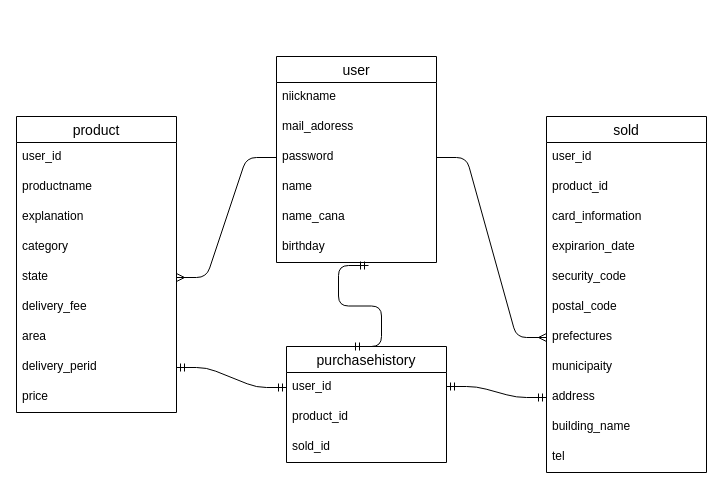
Earlier version of the draw.io diagram ER.dio (reeeito/furima-30327). Source tidied: cells renumbered, new cells numbered last; positions are measured from the earlier drawing's top-left corner, leaving out a move shared by most shapes. Both pictures are drawn from the tidied source at 100%, with x=0, y=0 at pixel (16, 56).
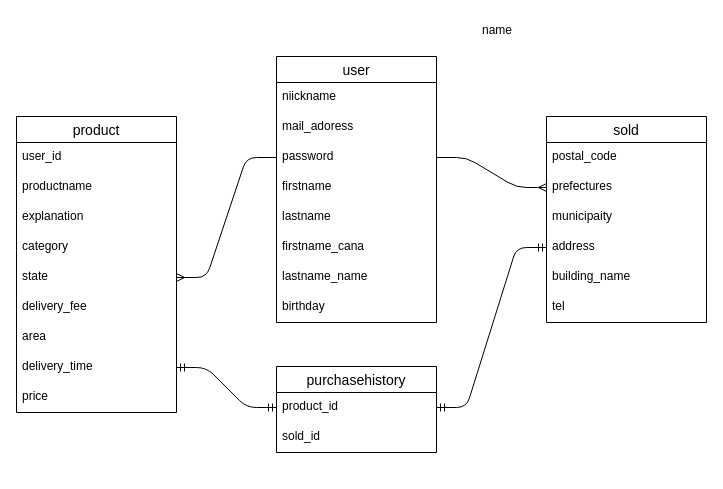
After the change.

Unchanged cells that the change refers to:
```xml
<mxCell id="9" value="product" style="swimlane;fontStyle=0;horizontal=1;startSize=26;align=center;fontSize=14;strokeWidth=1;labelBorderColor=none;" parent="1" vertex="1">
  <mxGeometry y="60" width="160" height="296" as="geometry" />
</mxCell>
```

Change to the diagram source:
```diff
@@
     <mxCell id="2" value="user" style="swimlane;fontStyle=0;horizontal=1;startSize=26;align=center;fontSize=14;strokeWidth=1;labelBorderColor=none;" parent="1" vertex="1">
-      <mxGeometry x="260" width="160" height="206" as="geometry" />
+      <mxGeometry x="260" width="160" height="266" as="geometry" />
     </mxCell>
@@
-    <mxCell id="6" value="name" style="text;strokeColor=none;fillColor=none;spacingLeft=4;spacingRight=4;overflow=hidden;fontSize=12;startSize=26;html=0;" parent="2" vertex="1">
+    <mxCell id="6" value="firstname" style="text;strokeColor=none;fillColor=none;spacingLeft=4;spacingRight=4;overflow=hidden;fontSize=12;startSize=26;html=0;" parent="2" vertex="1">
       <mxGeometry y="116" width="160" height="30" as="geometry" />
     </mxCell>
+    <mxCell id="40" value="lastname" style="text;strokeColor=none;fillColor=none;spacingLeft=4;spacingRight=4;overflow=hidden;fontSize=12;startSize=26;html=0;" parent="2" vertex="1">
+      <mxGeometry y="146" width="160" height="30" as="geometry" />
+    </mxCell>
-    <mxCell id="7" value="name_cana" style="text;strokeColor=none;fillColor=none;spacingLeft=4;spacingRight=4;overflow=hidden;fontSize=12;startSize=26;html=0;" parent="2" vertex="1">
-      <mxGeometry y="146" width="160" height="30" as="geometry" />
+    <mxCell id="7" value="firstname_cana" style="text;strokeColor=none;fillColor=none;spacingLeft=4;spacingRight=4;overflow=hidden;fontSize=12;startSize=26;html=0;" parent="2" vertex="1">
+      <mxGeometry y="176" width="160" height="30" as="geometry" />
     </mxCell>
+    <mxCell id="41" value="lastname_name" style="text;strokeColor=none;fillColor=none;spacingLeft=4;spacingRight=4;overflow=hidden;fontSize=12;startSize=26;html=0;" parent="2" vertex="1">
+      <mxGeometry y="206" width="160" height="30" as="geometry" />
+    </mxCell>
     <mxCell id="8" value="birthday" style="text;strokeColor=none;fillColor=none;spacingLeft=4;spacingRight=4;overflow=hidden;points=[[0,0.5],[1,0.5]];portConstraint=eastwest;fontSize=12;startSize=26;html=0;" parent="2" vertex="1">
-      <mxGeometry y="176" width="160" height="30" as="geometry" />
+      <mxGeometry y="236" width="160" height="30" as="geometry" />
     </mxCell>
@@
-    <mxCell id="17" value="delivery_perid" style="text;strokeColor=none;fillColor=none;spacingLeft=4;spacingRight=4;overflow=hidden;points=[[0,0.5],[1,0.5]];portConstraint=eastwest;fontSize=12;startSize=26;html=0;" parent="9" vertex="1">
+    <mxCell id="17" value="delivery_time" style="text;strokeColor=none;fillColor=none;spacingLeft=4;spacingRight=4;overflow=hidden;points=[[0,0.5],[1,0.5]];portConstraint=eastwest;fontSize=12;startSize=26;html=0;" parent="9" vertex="1">
       <mxGeometry y="236" width="160" height="30" as="geometry" />
     </mxCell>
@@
     <mxCell id="19" value="sold" style="swimlane;fontStyle=0;horizontal=1;startSize=26;align=center;fontSize=14;strokeWidth=1;labelBorderColor=none;" parent="1" vertex="1">
-      <mxGeometry x="530" y="60" width="160" height="356" as="geometry" />
+      <mxGeometry x="530" y="60" width="160" height="206" as="geometry" />
     </mxCell>
-    <mxCell id="20" value="user_id" style="text;strokeColor=none;fillColor=none;spacingLeft=4;spacingRight=4;overflow=hidden;fontSize=12;startSize=26;html=0;" parent="19" vertex="1">
-      <mxGeometry y="26" width="160" height="30" as="geometry" />
-    </mxCell>
-    <mxCell id="21" value="product_id" style="text;strokeColor=none;fillColor=none;spacingLeft=4;spacingRight=4;overflow=hidden;fontSize=12;startSize=26;html=0;" parent="19" vertex="1">
-      <mxGeometry y="56" width="160" height="30" as="geometry" />
-    </mxCell>
-    <mxCell id="22" value="card_information" style="text;strokeColor=none;fillColor=none;spacingLeft=4;spacingRight=4;overflow=hidden;fontSize=12;" parent="19" vertex="1">
-      <mxGeometry y="86" width="160" height="30" as="geometry" />
-    </mxCell>
-    <mxCell id="23" value="expirarion_date" style="text;strokeColor=none;fillColor=none;spacingLeft=4;spacingRight=4;overflow=hidden;fontSize=12;" parent="19" vertex="1">
-      <mxGeometry y="116" width="160" height="30" as="geometry" />
-    </mxCell>
-    <mxCell id="24" value="security_code" style="text;strokeColor=none;fillColor=none;spacingLeft=4;spacingRight=4;overflow=hidden;fontSize=12;startSize=26;html=0;" parent="19" vertex="1">
-      <mxGeometry y="146" width="160" height="30" as="geometry" />
-    </mxCell>
     <mxCell id="25" value="postal_code" style="text;strokeColor=none;fillColor=none;spacingLeft=4;spacingRight=4;overflow=hidden;fontSize=12;startSize=26;html=0;" parent="19" vertex="1">
-      <mxGeometry y="176" width="160" height="30" as="geometry" />
+      <mxGeometry y="26" width="160" height="30" as="geometry" />
     </mxCell>
     <mxCell id="26" value="prefectures" style="text;strokeColor=none;fillColor=none;spacingLeft=4;spacingRight=4;overflow=hidden;points=[[0,0.5],[1,0.5]];portConstraint=eastwest;fontSize=12;startSize=26;html=0;" parent="19" vertex="1">
-      <mxGeometry y="206" width="160" height="30" as="geometry" />
+      <mxGeometry y="56" width="160" height="30" as="geometry" />
     </mxCell>
     <mxCell id="27" value="municipaity" style="text;strokeColor=none;fillColor=none;spacingLeft=4;spacingRight=4;overflow=hidden;fontSize=12;startSize=26;html=0;" parent="19" vertex="1">
-      <mxGeometry y="236" width="160" height="30" as="geometry" />
+      <mxGeometry y="86" width="160" height="30" as="geometry" />
     </mxCell>
     <mxCell id="28" value="address" style="text;strokeColor=none;fillColor=none;spacingLeft=4;spacingRight=4;overflow=hidden;points=[[0,0.5],[1,0.5]];portConstraint=eastwest;fontSize=12;startSize=26;html=0;" parent="19" vertex="1">
-      <mxGeometry y="266" width="160" height="30" as="geometry" />
+      <mxGeometry y="116" width="160" height="30" as="geometry" />
     </mxCell>
     <mxCell id="29" value="building_name" style="text;strokeColor=none;fillColor=none;spacingLeft=4;spacingRight=4;overflow=hidden;fontSize=12;startSize=26;html=0;" parent="19" vertex="1">
-      <mxGeometry y="296" width="160" height="30" as="geometry" />
+      <mxGeometry y="146" width="160" height="30" as="geometry" />
     </mxCell>
     <mxCell id="30" value="tel" style="text;strokeColor=none;fillColor=none;spacingLeft=4;spacingRight=4;overflow=hidden;fontSize=12;startSize=26;html=0;" parent="19" vertex="1">
-      <mxGeometry y="326" width="160" height="30" as="geometry" />
+      <mxGeometry y="176" width="160" height="30" as="geometry" />
     </mxCell>
@@
-    <mxCell id="33" style="edgeStyle=entityRelationEdgeStyle;fontSize=12;html=1;endArrow=ERmandOne;startArrow=ERmandOne;labelBackgroundColor=none;exitX=1;exitY=0.5;exitDx=0;exitDy=0;entryX=0;entryY=0.5;entryDx=0;entryDy=0;" parent="1" edge="1" source="17" target="36">
+    <mxCell id="33" style="edgeStyle=entityRelationEdgeStyle;fontSize=12;html=1;endArrow=ERmandOne;startArrow=ERmandOne;labelBackgroundColor=none;exitX=1;exitY=0.5;exitDx=0;exitDy=0;entryX=0;entryY=0.5;entryDx=0;entryDy=0;" parent="1" edge="1" source="17" target="37">
       <mxGeometry relative="1" as="geometry" />
     </mxCell>
     <mxCell id="34" value="purchasehistory" style="swimlane;fontStyle=0;horizontal=1;startSize=26;align=center;fontSize=14;strokeWidth=1;labelBorderColor=none;" parent="1" vertex="1">
-      <mxGeometry x="270" y="290" width="160" height="116" as="geometry" />
+      <mxGeometry x="260" y="310" width="160" height="86" as="geometry" />
     </mxCell>
-    <mxCell id="35" style="edgeStyle=entityRelationEdgeStyle;fontSize=12;html=1;endArrow=ERmandOne;startArrow=ERmandOne;labelBackgroundColor=none;exitX=1;exitY=0.5;exitDx=0;exitDy=0;entryX=0.575;entryY=1.1;entryDx=0;entryDy=0;entryPerimeter=0;" parent="34" edge="1" target="8">
-      <mxGeometry relative="1" as="geometry">
-        <mxPoint x="65" as="sourcePoint" />
-      </mxGeometry>
-    </mxCell>
-    <mxCell id="36" value="user_id" style="text;strokeColor=none;fillColor=none;spacingLeft=4;spacingRight=4;overflow=hidden;points=[[0,0.5],[1,0.5]];portConstraint=eastwest;fontSize=12;startSize=26;html=0;" parent="34" vertex="1">
-      <mxGeometry y="26" width="160" height="30" as="geometry" />
-    </mxCell>
     <mxCell id="37" value="product_id" style="text;strokeColor=none;fillColor=none;spacingLeft=4;spacingRight=4;overflow=hidden;points=[[0,0.5],[1,0.5]];portConstraint=eastwest;fontSize=12;startSize=26;html=0;" parent="34" vertex="1">
-      <mxGeometry y="56" width="160" height="30" as="geometry" />
+      <mxGeometry y="26" width="160" height="30" as="geometry" />
     </mxCell>
     <mxCell id="38" value="sold_id" style="text;strokeColor=none;fillColor=none;spacingLeft=4;spacingRight=4;overflow=hidden;fontSize=12;" parent="34" vertex="1">
-      <mxGeometry y="86" width="160" height="30" as="geometry" />
+      <mxGeometry y="56" width="160" height="30" as="geometry" />
     </mxCell>
-    <mxCell id="39" style="edgeStyle=entityRelationEdgeStyle;fontSize=12;html=1;endArrow=ERmandOne;startArrow=ERmandOne;labelBackgroundColor=none;exitX=1;exitY=0.5;exitDx=0;exitDy=0;entryX=0;entryY=0.5;entryDx=0;entryDy=0;" parent="1" edge="1" target="28">
-      <mxGeometry relative="1" as="geometry">
-        <mxPoint x="430" y="330" as="sourcePoint" />
-      </mxGeometry>
+    <mxCell id="39" style="edgeStyle=entityRelationEdgeStyle;fontSize=12;html=1;endArrow=ERmandOne;startArrow=ERmandOne;labelBackgroundColor=none;exitX=1;exitY=0.5;exitDx=0;exitDy=0;entryX=0;entryY=0.5;entryDx=0;entryDy=0;" parent="1" edge="1" source="37" target="28">
+      <mxGeometry relative="1" as="geometry" />
     </mxCell>
+    <mxCell id="42" value="name" style="text;strokeColor=none;fillColor=none;spacingLeft=4;spacingRight=4;overflow=hidden;fontSize=12;startSize=26;html=0;" parent="1" vertex="1">
+      <mxGeometry x="460" y="-40" width="160" height="30" as="geometry" />
+    </mxCell>
```
